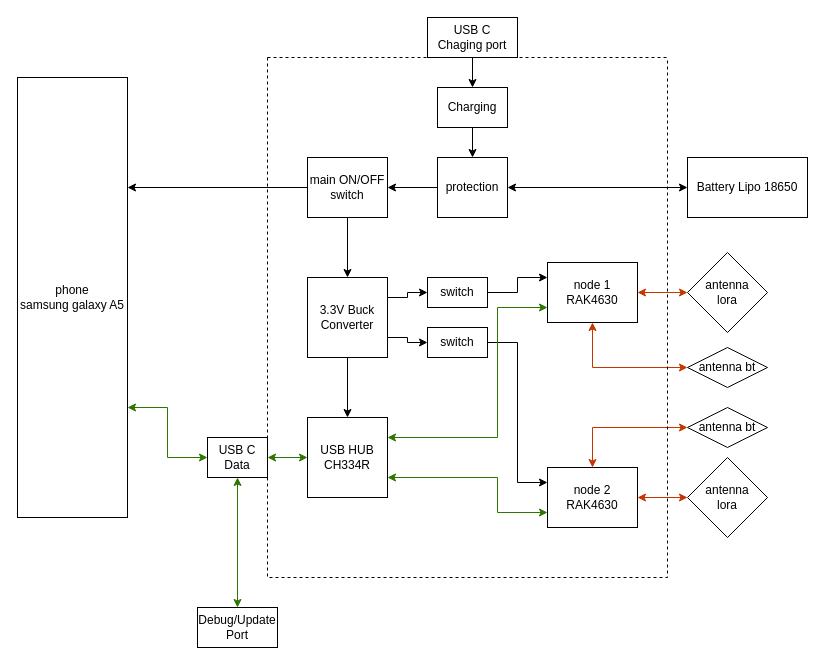
This is galaxy_a5_dual_node_block_diagram.drawio from DerRKDCB/meshphone, a draw.io file, before an edit. Source tidied: cells renumbered, new cells numbered last; positions are measured from the earlier drawing's top-left corner, leaving out a move shared by most shapes. Both pictures are drawn from the tidied source at 100%, with x=0, y=0 at pixel (17, 17).
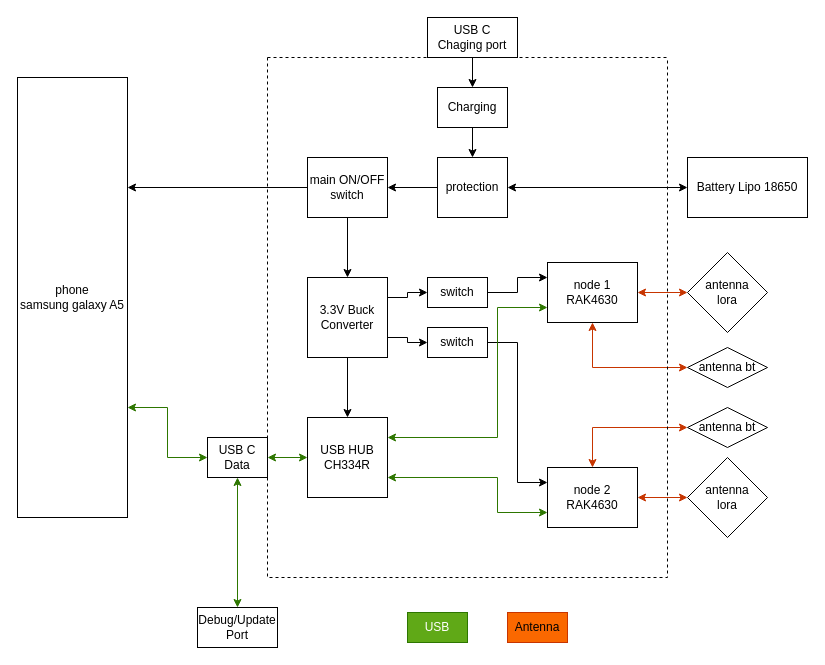
After the change.

Commit message:
cleanup and export block diagram

Diff of the diagram source:
```diff
@@
+    <mxCell id="42" value="USB" style="text;html=1;whiteSpace=wrap;strokeColor=#2D7600;fillColor=#60a917;align=center;verticalAlign=middle;rounded=0;fontColor=#ffffff;" parent="1" vertex="1">
+      <mxGeometry x="390" y="595" width="60" height="30" as="geometry" />
+    </mxCell>
+    <mxCell id="43" value="Antenna" style="text;html=1;whiteSpace=wrap;strokeColor=#C73500;fillColor=#fa6800;align=center;verticalAlign=middle;rounded=0;fontColor=#000000;" parent="1" vertex="1">
+      <mxGeometry x="490" y="595" width="60" height="30" as="geometry" />
+    </mxCell>
```
